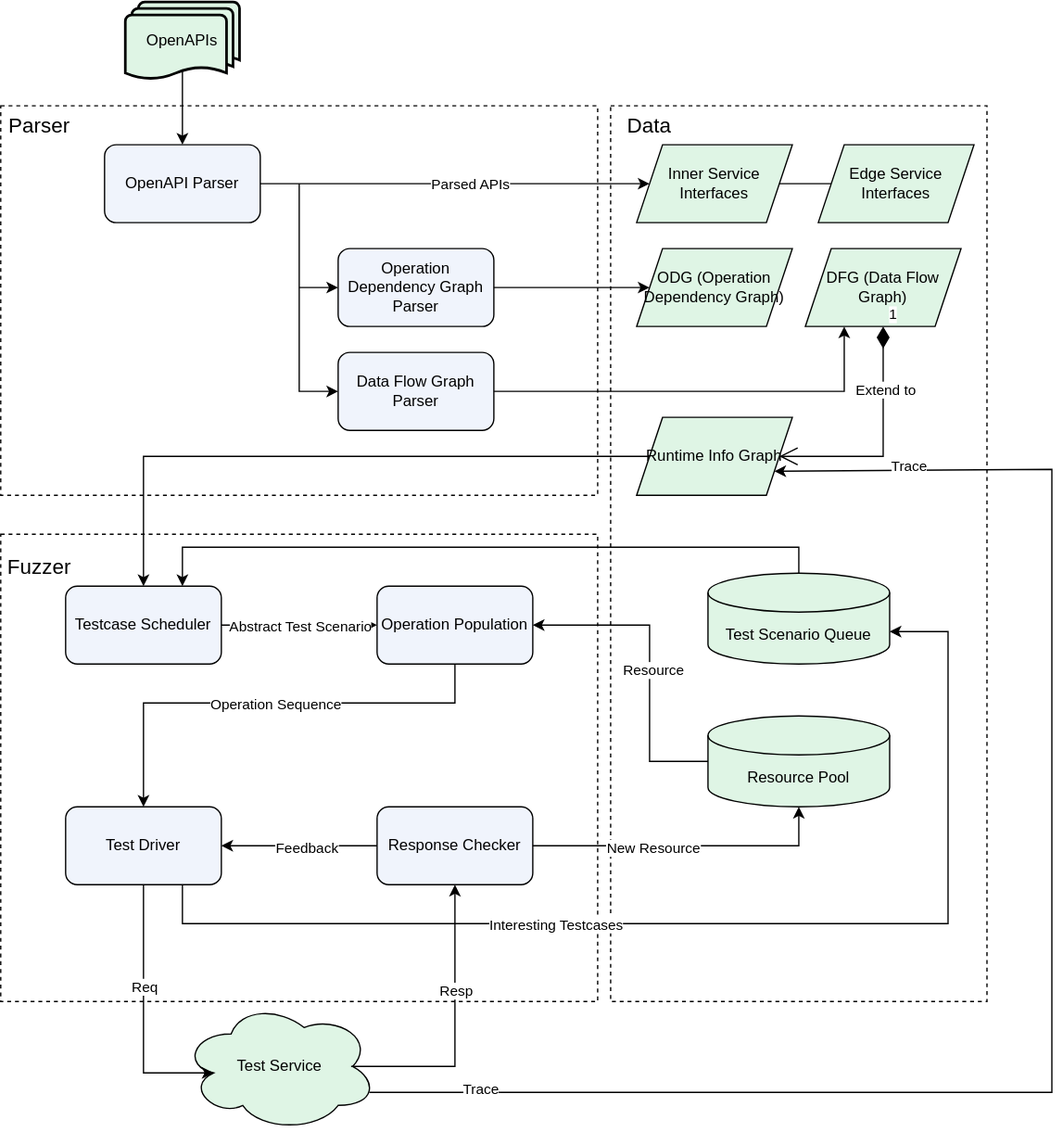
Earlier version of the draw.io export docs/architecture.svg (SmilingPixel/rest_trace_fuzzer). Source tidied: cells renumbered, new cells last; positions are measured from the earlier drawing's top-left corner, leaving out a move shared by most shapes.
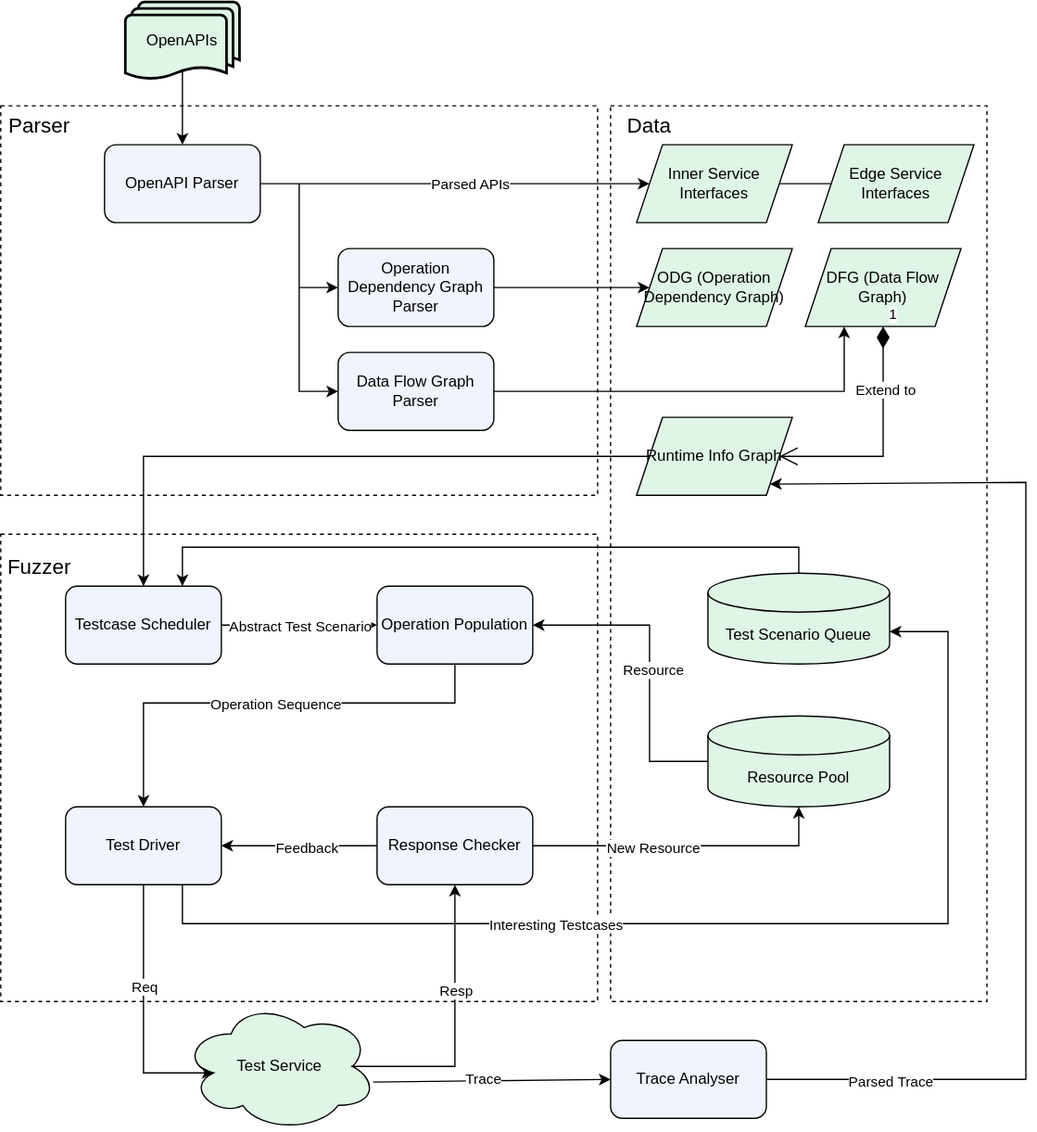
Above is the later version.

Change to the diagram source:
```diff
@@ -210,19 +210,25 @@
         </Array>
       </mxGeometry>
     </mxCell>
-    <mxCell id="52" style="endArrow=classic;html=1;rounded=0;exitX=0.96;exitY=0.7;exitDx=0;exitDy=0;exitPerimeter=0;entryX=1;entryY=0.75;entryDx=0;entryDy=0;" parent="1" edge="1" source="12" target="48">
-      <mxGeometry relative="1" as="geometry">
-        <Array as="points">
-          <mxPoint x="810" y="840" />
-          <mxPoint x="810" y="360" />
-        </Array>
-      </mxGeometry>
-    </mxCell>
-    <mxCell id="53" value="Trace" style="edgeLabel;html=1;align=center;verticalAlign=middle;" parent="52" vertex="1">
-      <mxGeometry x="-0.86" y="3" relative="1" as="geometry" />
-    </mxCell>
-    <mxCell id="54" value="Trace" style="edgeLabel;html=1;align=center;verticalAlign=middle;" parent="52" vertex="1">
-      <mxGeometry x="0.83" y="-3" relative="1" as="geometry" />
-    </mxCell>
+    <mxCell id="55" value="Trace Analyser" style="rounded=1;whiteSpace=wrap;html=1;fillColor=light-dark(#F0F4FC,#3B4453);" parent="1" vertex="1">
+      <mxGeometry x="470" y="800" width="120" height="60" as="geometry" />
+    </mxCell>
+    <mxCell id="56" style="endArrow=classic;html=1;rounded=0;exitX=0.98;exitY=0.62;exitDx=0;exitDy=0;exitPerimeter=0;entryX=0;entryY=0.5;entryDx=0;entryDy=0;" parent="1" edge="1" source="12" target="55">
+      <mxGeometry relative="1" as="geometry" />
+    </mxCell>
+    <mxCell id="57" value="Trace" style="edgeLabel;html=1;align=center;verticalAlign=middle;" parent="56" vertex="1">
+      <mxGeometry x="-0.07" y="2" relative="1" as="geometry" />
+    </mxCell>
+    <mxCell id="58" style="endArrow=classic;html=1;rounded=0;exitX=1;exitY=0.5;exitDx=0;exitDy=0;entryX=1;entryY=1;entryDx=0;entryDy=0;" parent="1" edge="1" source="55" target="48">
+      <mxGeometry relative="1" as="geometry">
+        <Array as="points">
+          <mxPoint x="790" y="830" />
+          <mxPoint x="790" y="370" />
+        </Array>
+      </mxGeometry>
+    </mxCell>
+    <mxCell id="59" value="Parsed Trace" style="edgeLabel;html=1;align=center;verticalAlign=middle;" parent="58" vertex="1">
+      <mxGeometry x="-0.78" y="-1" relative="1" as="geometry" />
+    </mxCell>
   </root>
 </mxGraphModel>
```
